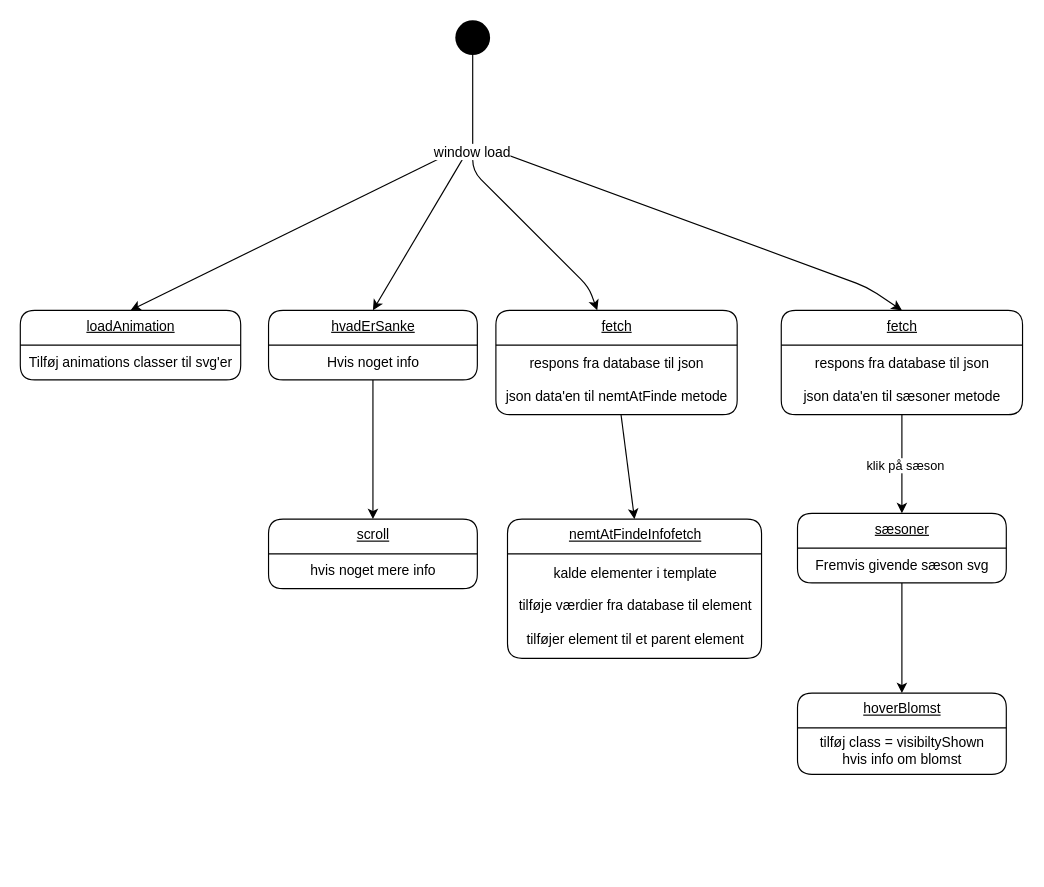
This is diagrammer/stateMachineDiagram.drawio from Gust0288/vildMad, a draw.io file, before an edit. Source tidied: cells renumbered, new cells numbered last; positions are measured from the earlier drawing's top-left corner, leaving out a move shared by most shapes. Both pictures are drawn from the tidied source at 116%, with x=0, y=0 at pixel (20, 20).
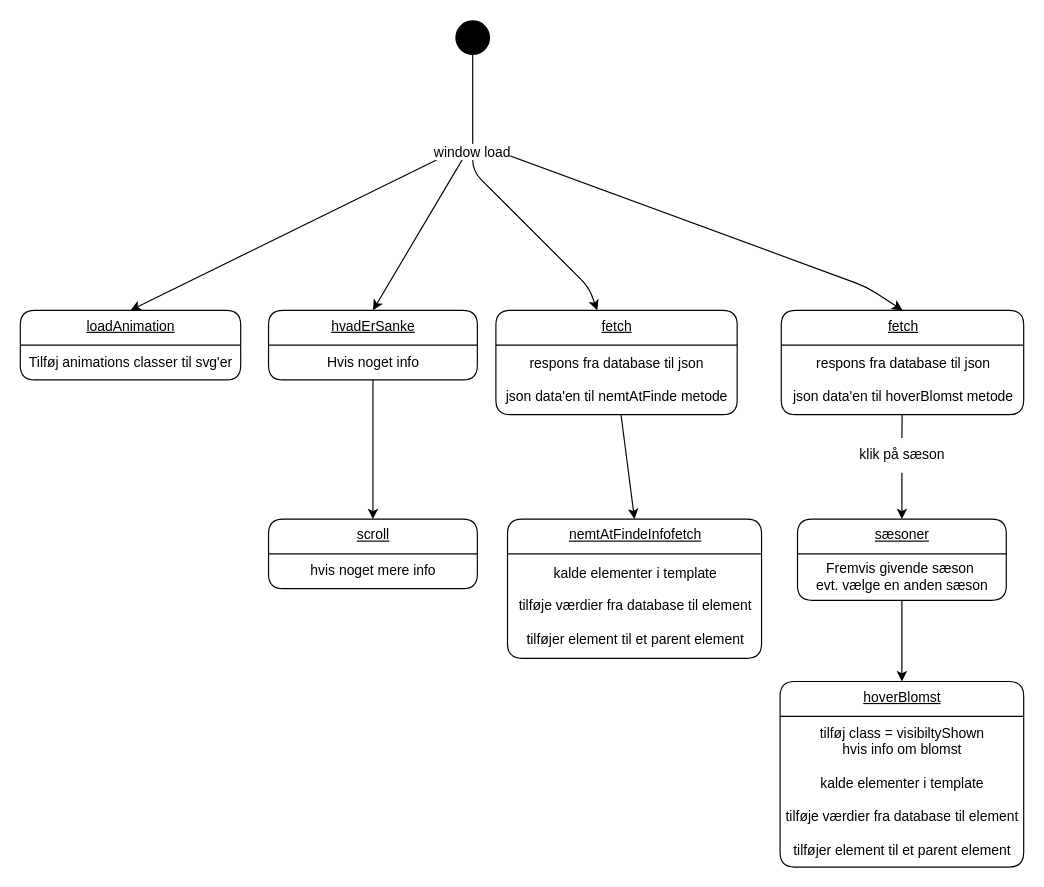
The same diagram, later.

The edit, as a diff of the source:
```diff
@@
-    <mxCell id="13" value="sæsoner" style="swimlane;fontStyle=4;align=center;verticalAlign=top;horizontal=1;startSize=30;html=1;rounded=1;absoluteArcSize=1;arcSize=25;" parent="1" vertex="1">
-      <mxGeometry x="670" y="425" width="180" height="60" as="geometry" />
-    </mxCell>
-    <mxCell id="14" value="Fremvis givende sæson svg" style="text;html=1;align=center;verticalAlign=middle;points=[];strokeColor=none;fillColor=none;" parent="13" vertex="1">
-      <mxGeometry y="30" width="180" height="30" as="geometry" />
-    </mxCell>
@@
     <mxCell id="22" value="fetch" style="swimlane;fontStyle=4;align=center;verticalAlign=top;horizontal=1;startSize=30;html=1;rounded=1;absoluteArcSize=1;arcSize=25;" parent="1" vertex="1">
-      <mxGeometry x="656" y="250" width="208" height="90" as="geometry" />
+      <mxGeometry x="656" y="250" width="209" height="90" as="geometry" />
     </mxCell>
-    <mxCell id="23" value="respons fra database til json&lt;br&gt;&amp;nbsp;&lt;br&gt;json data'en til sæsoner metode" style="text;html=1;align=center;verticalAlign=middle;points=[];strokeColor=none;fillColor=none;" parent="22" vertex="1">
-      <mxGeometry y="30" width="208" height="60" as="geometry" />
+    <mxCell id="23" value="respons fra database til json&lt;br&gt;&amp;nbsp;&lt;br&gt;json data'en til hoverBlomst metode" style="text;html=1;align=center;verticalAlign=middle;points=[];strokeColor=none;fillColor=none;" parent="22" vertex="1">
+      <mxGeometry y="30" width="209" height="60" as="geometry" />
     </mxCell>
-    <mxCell id="24" style="edgeStyle=none;html=1;entryX=0.5;entryY=0;entryDx=0;entryDy=0;" parent="1" edge="1" source="23" target="13">
-      <mxGeometry relative="1" as="geometry" />
-    </mxCell>
-    <mxCell id="25" value="klik på sæson" style="edgeLabel;html=1;align=center;verticalAlign=middle;points=[];" parent="24" vertex="1">
-      <mxGeometry y="2" relative="1" as="geometry" />
-    </mxCell>
     <mxCell id="26" value="hoverBlomst" style="swimlane;fontStyle=4;align=center;verticalAlign=top;horizontal=1;startSize=30;html=1;rounded=1;absoluteArcSize=1;arcSize=25;" parent="1" vertex="1">
-      <mxGeometry x="670" y="580" width="180" height="70" as="geometry" />
+      <mxGeometry x="655" y="570" width="210" height="160" as="geometry" />
     </mxCell>
-    <mxCell id="27" value="tilføj class = visibiltyShown&lt;br&gt;hvis info om blomst" style="text;html=1;align=center;verticalAlign=middle;strokeColor=none;fillColor=none;" parent="26" vertex="1">
-      <mxGeometry y="30" width="180" height="40" as="geometry" />
+    <mxCell id="27" value="tilføj class = visibiltyShown&lt;br&gt;hvis info om blomst&lt;br&gt;&lt;br&gt;kalde elementer i template&lt;br style=&quot;border-color: var(--border-color);&quot;&gt;&lt;br style=&quot;border-color: var(--border-color);&quot;&gt;tilføje værdier fra database til element&lt;br style=&quot;border-color: var(--border-color);&quot;&gt;&lt;br style=&quot;border-color: var(--border-color);&quot;&gt;tilføjer element til et parent element" style="text;html=1;align=center;verticalAlign=middle;strokeColor=none;fillColor=none;" parent="26" vertex="1">
+      <mxGeometry y="30" width="210" height="130" as="geometry" />
     </mxCell>
-    <mxCell id="28" style="edgeStyle=none;html=1;" parent="1" edge="1" source="14" target="26">
-      <mxGeometry relative="1" as="geometry" />
-    </mxCell>
+    <mxCell id="13" value="sæsoner" style="swimlane;fontStyle=4;align=center;verticalAlign=top;horizontal=1;startSize=30;html=1;rounded=1;absoluteArcSize=1;arcSize=25;" parent="1" vertex="1">
+      <mxGeometry x="670" y="430" width="180" height="70" as="geometry" />
+    </mxCell>
+    <mxCell id="29" value="Fremvis givende sæson&amp;nbsp;&lt;br&gt;evt. vælge en anden sæson" style="text;html=1;align=center;verticalAlign=middle;points=[];strokeColor=none;fillColor=none;" parent="13" vertex="1">
+      <mxGeometry y="30" width="180" height="40" as="geometry" />
+    </mxCell>
+    <mxCell id="30" style="edgeStyle=none;html=1;entryX=0.5;entryY=0;entryDx=0;entryDy=0;startArrow=none;" parent="1" edge="1" source="25" target="13">
+      <mxGeometry relative="1" as="geometry" />
+    </mxCell>
+    <mxCell id="31" style="edgeStyle=none;html=1;entryX=0.5;entryY=0;entryDx=0;entryDy=0;" parent="1" edge="1" source="29" target="26">
+      <mxGeometry relative="1" as="geometry" />
+    </mxCell>
+    <mxCell id="32" style="edgeStyle=none;html=1;entryX=0.5;entryY=0;entryDx=0;entryDy=0;endArrow=none;" parent="1" edge="1" source="23" target="25">
+      <mxGeometry relative="1" as="geometry" />
+    </mxCell>
+    <mxCell id="25" value="klik på sæson" style="text;html=1;align=center;verticalAlign=middle;points=[];strokeColor=none;fillColor=none;" parent="1" vertex="1">
+      <mxGeometry x="710" y="360" width="100" height="30" as="geometry" />
+    </mxCell>
```
